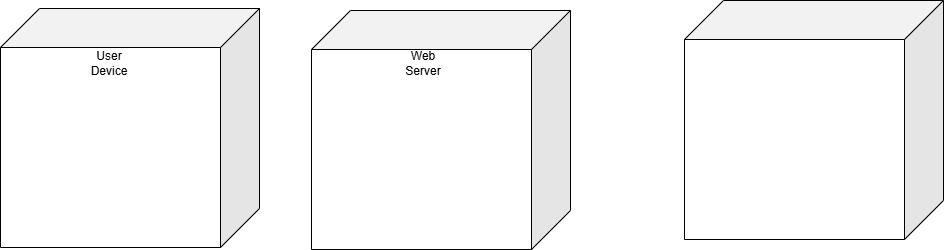
This is iteration-artifacts/iteration1_deployment.drawio.png from OTUSOFE365025/project-group-18-crn-43510, a draw.io export, as it was before one commit. Source tidied: cells renumbered, new cells last; positions are measured from the earlier drawing's top-left corner, leaving out a move shared by most shapes.
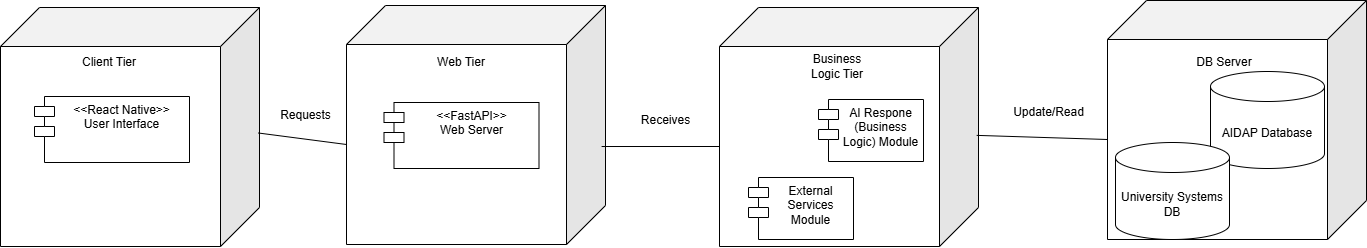
After the commit.

Commit message:
Finish Iteration 1

What changed in the source:
```diff
@@ -5,17 +5,62 @@
     <mxCell id="2" style="shape=cube;whiteSpace=wrap;html=1;boundedLbl=1;backgroundOutline=1;darkOpacity=0.05;darkOpacity2=0.1;flipH=1;size=39;" parent="1" vertex="1">
       <mxGeometry y="8" width="259" height="239" as="geometry" />
     </mxCell>
-    <mxCell id="3" value="User Device" style="text;html=1;align=center;verticalAlign=middle;whiteSpace=wrap;rounded=0;" parent="1" vertex="1">
+    <mxCell id="3" value="Client Tier" style="text;html=1;align=center;verticalAlign=middle;whiteSpace=wrap;rounded=0;" parent="1" vertex="1">
       <mxGeometry x="79" y="46" width="60" height="34.9" as="geometry" />
     </mxCell>
     <mxCell id="4" style="shape=cube;whiteSpace=wrap;html=1;boundedLbl=1;backgroundOutline=1;darkOpacity=0.05;darkOpacity2=0.1;flipH=1;size=39;" parent="1" vertex="1">
-      <mxGeometry x="311" y="10" width="259" height="239" as="geometry" />
+      <mxGeometry x="346" y="6" width="259" height="239" as="geometry" />
     </mxCell>
-    <mxCell id="5" value="Web Server" style="text;html=1;align=center;verticalAlign=middle;whiteSpace=wrap;rounded=0;" parent="1" vertex="1">
-      <mxGeometry x="393" y="46" width="60" height="34.9" as="geometry" />
+    <mxCell id="5" value="Web Tier" style="text;html=1;align=center;verticalAlign=middle;whiteSpace=wrap;rounded=0;" parent="1" vertex="1">
+      <mxGeometry x="431" y="46" width="60" height="34.9" as="geometry" />
     </mxCell>
     <mxCell id="6" style="shape=cube;whiteSpace=wrap;html=1;boundedLbl=1;backgroundOutline=1;darkOpacity=0.05;darkOpacity2=0.1;flipH=1;size=39;" parent="1" vertex="1">
-      <mxGeometry x="684" width="259" height="239" as="geometry" />
+      <mxGeometry x="719" y="8" width="259" height="239" as="geometry" />
     </mxCell>
+    <mxCell id="7" value="Business Logic Tier" style="text;html=1;align=center;verticalAlign=middle;whiteSpace=wrap;rounded=0;" parent="1" vertex="1">
+      <mxGeometry x="807" y="50" width="60" height="34.9" as="geometry" />
+    </mxCell>
+    <mxCell id="8" style="shape=cube;whiteSpace=wrap;html=1;boundedLbl=1;backgroundOutline=1;darkOpacity=0.05;darkOpacity2=0.1;flipH=1;size=39;" parent="1" vertex="1">
+      <mxGeometry x="1107" y="1" width="259" height="239" as="geometry" />
+    </mxCell>
+    <mxCell id="9" value="DB Server" style="text;html=1;align=center;verticalAlign=middle;whiteSpace=wrap;rounded=0;" parent="1" vertex="1">
+      <mxGeometry x="1194" y="46" width="60" height="34.9" as="geometry" />
+    </mxCell>
+    <mxCell id="10" value="&amp;lt;&amp;lt;React Native&amp;gt;&amp;gt;&lt;div&gt;User Interface&lt;/div&gt;" style="shape=module;align=left;spacingLeft=20;align=center;verticalAlign=top;whiteSpace=wrap;html=1;" parent="1" vertex="1">
+      <mxGeometry x="34" y="97" width="155" height="66" as="geometry" />
+    </mxCell>
+    <mxCell id="11" value="&amp;lt;&amp;lt;FastAPI&amp;gt;&amp;gt;&lt;div&gt;Web Server&lt;/div&gt;" style="shape=module;align=left;spacingLeft=20;align=center;verticalAlign=top;whiteSpace=wrap;html=1;" parent="1" vertex="1">
+      <mxGeometry x="383.5" y="103" width="155" height="66" as="geometry" />
+    </mxCell>
+    <mxCell id="12" value="AIDAP Database" style="shape=cylinder3;whiteSpace=wrap;html=1;boundedLbl=1;backgroundOutline=1;size=15;" parent="1" vertex="1">
+      <mxGeometry x="1210" y="72" width="114" height="97" as="geometry" />
+    </mxCell>
+    <mxCell id="13" value="AI Respone (Business Logic) Module&lt;div&gt;&lt;br&gt;&lt;/div&gt;" style="shape=module;align=left;spacingLeft=20;align=center;verticalAlign=top;whiteSpace=wrap;html=1;" parent="1" vertex="1">
+      <mxGeometry x="818" y="100" width="105" height="62" as="geometry" />
+    </mxCell>
+    <mxCell id="14" value="External Services Module" style="shape=module;align=left;spacingLeft=20;align=center;verticalAlign=top;whiteSpace=wrap;html=1;" parent="1" vertex="1">
+      <mxGeometry x="748" y="178" width="105" height="62" as="geometry" />
+    </mxCell>
+    <mxCell id="15" style="endArrow=none;html=1;exitX=0.005;exitY=0.525;exitDx=0;exitDy=0;exitPerimeter=0;entryX=0;entryY=0;entryDx=259;entryDy=139;entryPerimeter=0;" parent="1" edge="1" source="2" target="4">
+      <mxGeometry relative="1" as="geometry" />
+    </mxCell>
+    <mxCell id="16" style="endArrow=none;html=1;exitX=0.015;exitY=0.59;exitDx=0;exitDy=0;exitPerimeter=0;entryX=0;entryY=0;entryDx=259;entryDy=139;entryPerimeter=0;" parent="1" edge="1" source="4" target="6">
+      <mxGeometry relative="1" as="geometry" />
+    </mxCell>
+    <mxCell id="17" style="endArrow=none;html=1;exitX=0.007;exitY=0.535;exitDx=0;exitDy=0;exitPerimeter=0;entryX=0;entryY=0;entryDx=259;entryDy=139;entryPerimeter=0;" parent="1" edge="1" source="6" target="8">
+      <mxGeometry relative="1" as="geometry" />
+    </mxCell>
+    <mxCell id="18" value="University Systems DB" style="shape=cylinder3;whiteSpace=wrap;html=1;boundedLbl=1;backgroundOutline=1;size=15;" parent="1" vertex="1">
+      <mxGeometry x="1115" y="143" width="114" height="97" as="geometry" />
+    </mxCell>
+    <mxCell id="19" value="Requests" style="text;html=1;align=center;verticalAlign=middle;strokeColor=none;fillColor=none;" parent="1" vertex="1">
+      <mxGeometry x="271" y="103" width="69" height="26" as="geometry" />
+    </mxCell>
+    <mxCell id="20" value="Receives" style="text;html=1;align=center;verticalAlign=middle;strokeColor=none;fillColor=none;" parent="1" vertex="1">
+      <mxGeometry x="631" y="107.5" width="67" height="26" as="geometry" />
+    </mxCell>
+    <mxCell id="21" value="Update/Read" style="text;html=1;align=center;verticalAlign=middle;strokeColor=none;fillColor=none;" parent="1" vertex="1">
+      <mxGeometry x="1003" y="100" width="89" height="26" as="geometry" />
+    </mxCell>
   </root>
 </mxGraphModel>
```
